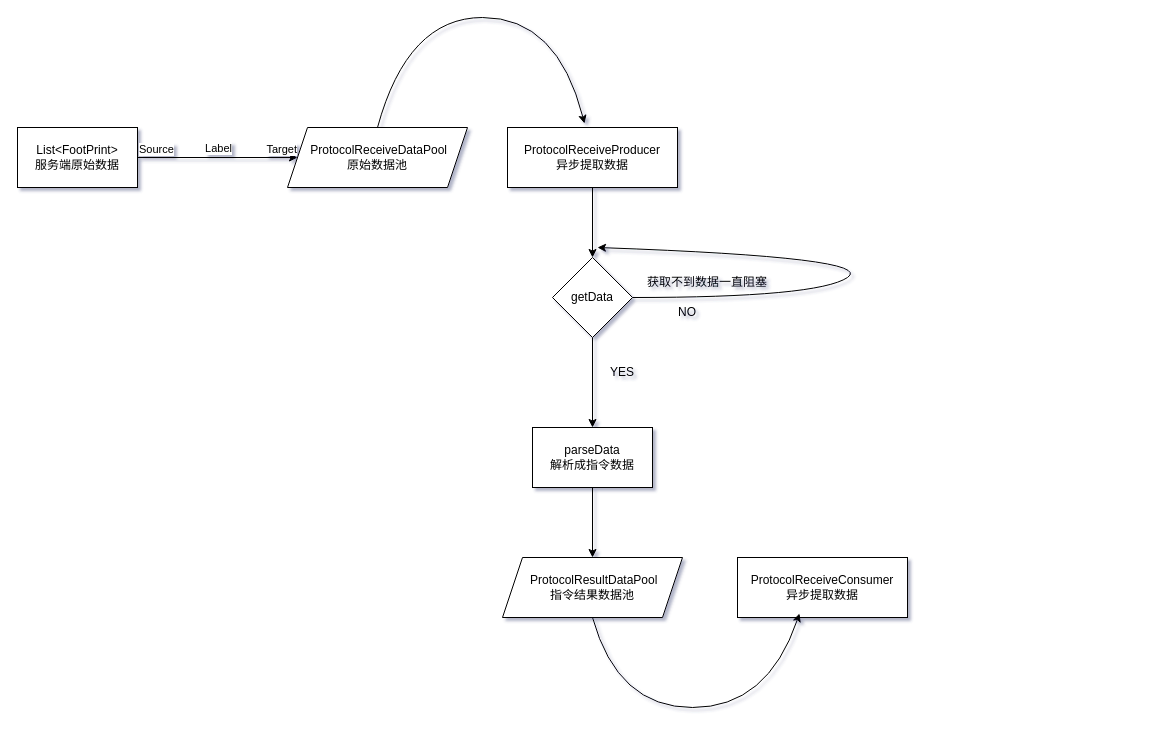
Xman-zhangsj/drawio keeps this draw.io diagram as flowchart/异步解析协议数据.drawio. Above is the earlier version. Source tidied: cells renumbered, new cells numbered last; positions are measured from the earlier drawing's top-left corner, leaving out a move shared by most shapes. Both pictures are drawn from the tidied source at 100%, with x=0, y=0 at pixel (17, 17).
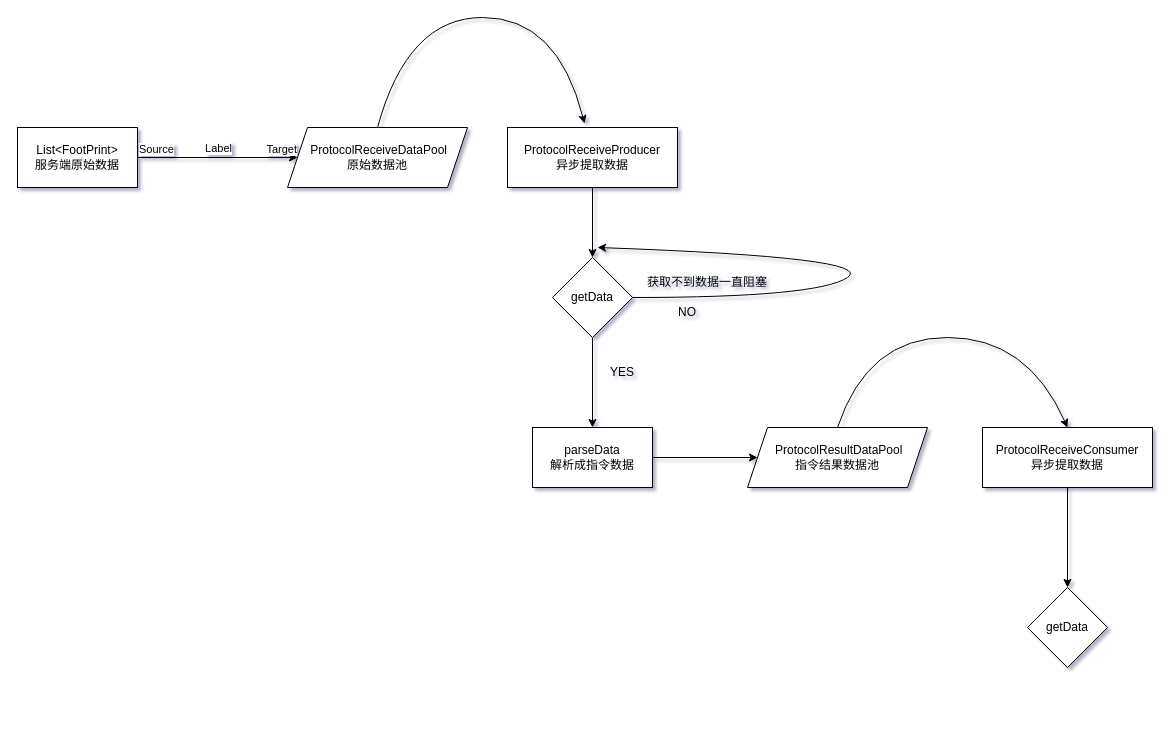
The same page after the edit.

Commit message:
更新异步解析协议数据.drawio

The change refers to these unchanged cells:
```xml
<mxCell id="13" value="parseData&lt;br&gt;解析成指令数据" style="whiteSpace=wrap;html=1;rounded=0;" parent="1" vertex="1">
  <mxGeometry x="515" y="410" width="120" height="60" as="geometry" />
</mxCell>
```

What changed in the source:
```diff
@@
     <mxCell id="18" value="&lt;span&gt;&amp;nbsp;&lt;/span&gt;ProtocolResultDataPool&lt;br&gt;&lt;span&gt;指令结果数据池&lt;/span&gt;" style="shape=parallelogram;perimeter=parallelogramPerimeter;whiteSpace=wrap;html=1;fixedSize=1;" parent="1" vertex="1">
-      <mxGeometry x="485" y="540" width="180" height="60" as="geometry" />
+      <mxGeometry x="730" y="410" width="180" height="60" as="geometry" />
     </mxCell>
-    <mxCell id="19" style="endArrow=classic;html=1;rounded=0;exitX=0.5;exitY=1;exitDx=0;exitDy=0;entryX=0.5;entryY=0;entryDx=0;entryDy=0;" parent="1" edge="1" source="13" target="18">
+    <mxCell id="19" style="endArrow=classic;html=1;rounded=0;exitX=1;exitY=0.5;exitDx=0;exitDy=0;entryX=0;entryY=0.5;entryDx=0;entryDy=0;" parent="1" edge="1" source="13" target="18">
       <mxGeometry relative="1" as="geometry" />
     </mxCell>
+    <mxCell id="22" style="edgeStyle=orthogonalEdgeStyle;rounded=0;jettySize=auto;html=1;" parent="1" edge="1" source="20" target="23">
+      <mxGeometry relative="1" as="geometry" />
+    </mxCell>
     <mxCell id="20" value="ProtocolReceiveConsumer&lt;br&gt;异步提取数据" style="rounded=0;whiteSpace=wrap;html=1;" parent="1" vertex="1">
-      <mxGeometry x="720" y="540" width="170" height="60" as="geometry" />
+      <mxGeometry x="965" y="410" width="170" height="60" as="geometry" />
     </mxCell>
-    <mxCell id="21" style="curved=1;endArrow=classic;html=1;rounded=0;exitX=0.5;exitY=0;exitDx=0;exitDy=0;entryX=0.453;entryY=-0.067;entryDx=0;entryDy=0;entryPerimeter=0;" parent="1" edge="1">
+    <mxCell id="21" style="curved=1;endArrow=classic;html=1;rounded=0;exitX=0.5;exitY=0;exitDx=0;exitDy=0;entryX=0.5;entryY=0;entryDx=0;entryDy=0;" parent="1" edge="1" source="18" target="20">
       <mxGeometry relative="1" as="geometry">
-        <mxPoint x="575" y="600" as="sourcePoint" />
-        <mxPoint x="782" y="596" as="targetPoint" />
         <Array as="points">
-          <mxPoint x="600" y="690" />
-          <mxPoint x="750" y="690" />
+          <mxPoint x="850" y="320" />
+          <mxPoint x="1010" y="320" />
         </Array>
       </mxGeometry>
     </mxCell>
+    <mxCell id="23" value="getData" style="rhombus;whiteSpace=wrap;html=1;rounded=0;" parent="1" vertex="1">
+      <mxGeometry x="1010" y="570" width="80" height="80" as="geometry" />
+    </mxCell>
```
